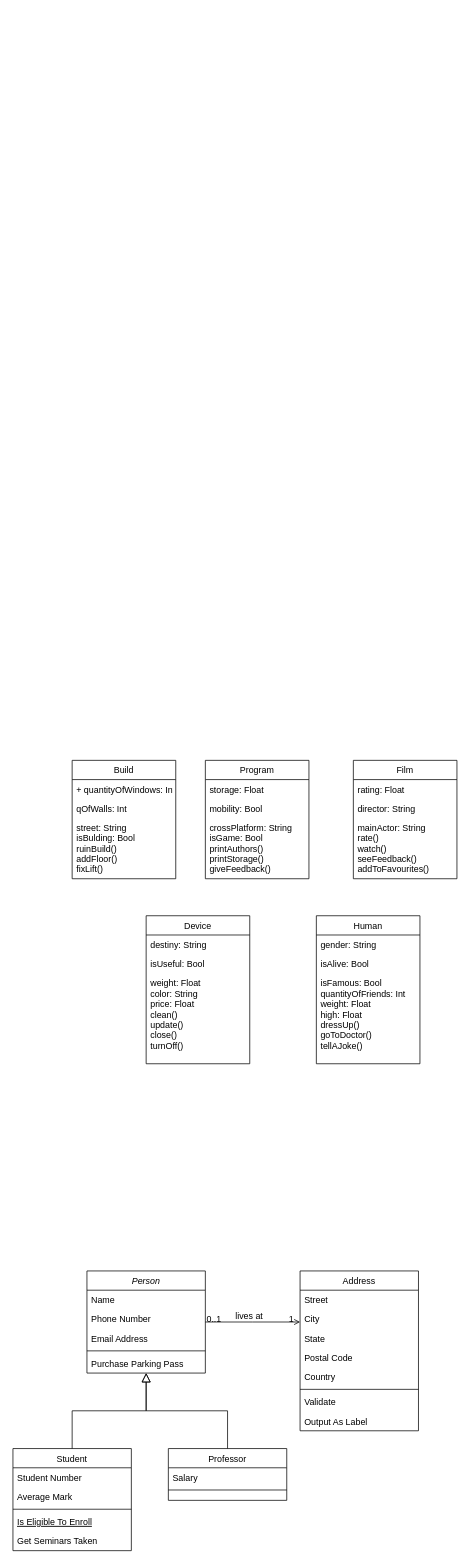
The draw.io diagram Untitled Diagram.drawio in lily-lorik/firstRepository, before the edit. Source tidied: cells renumbered, new cells numbered last; positions are measured from the earlier drawing's top-left corner, leaving out a move shared by most shapes. Both pictures are drawn from the tidied source at 74%, with x=0, y=0 at pixel (13, 760).
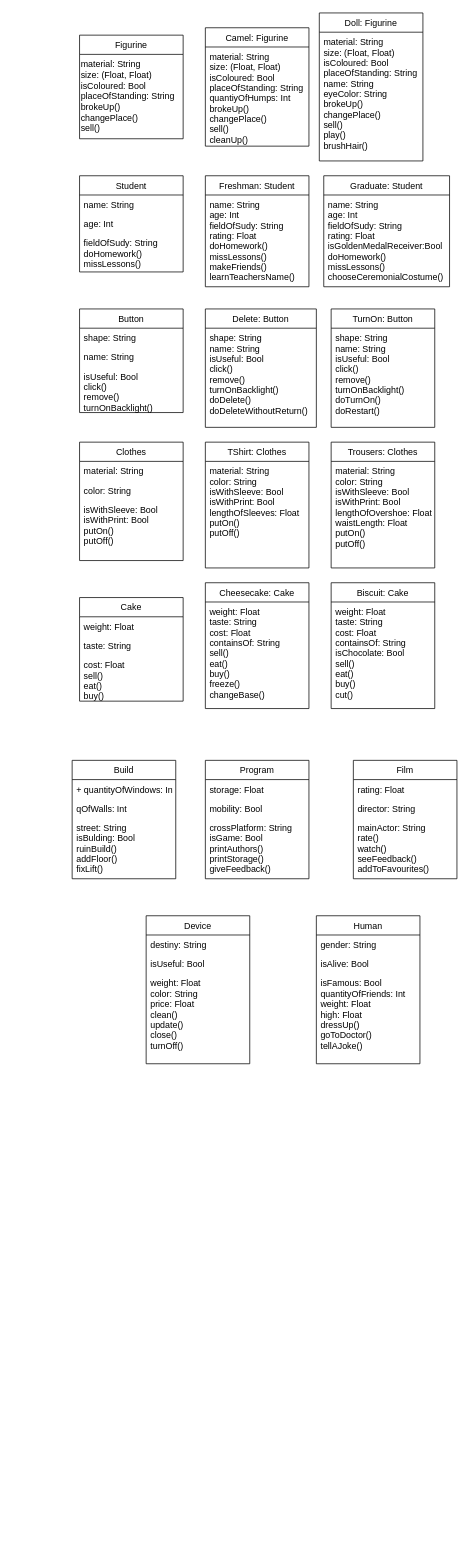
After the change.

Diff of the diagram source:
```diff
@@
-    <mxCell id="2" value="Person" style="swimlane;fontStyle=2;align=center;verticalAlign=top;horizontal=1;startSize=26;rounded=0;shadow=0;strokeWidth=1;" parent="1" vertex="1">
-      <mxGeometry x="100" y="690" width="160" height="138" as="geometry" />
-    </mxCell>
-    <mxCell id="3" value="Name" style="text;align=left;verticalAlign=top;spacingLeft=4;spacingRight=4;overflow=hidden;" parent="2" vertex="1">
-      <mxGeometry y="26" width="160" height="26" as="geometry" />
-    </mxCell>
-    <mxCell id="4" value="Phone Number" style="text;align=left;verticalAlign=top;spacingLeft=4;spacingRight=4;overflow=hidden;rounded=0;shadow=0;html=0;" parent="2" vertex="1">
-      <mxGeometry y="52" width="160" height="26" as="geometry" />
-    </mxCell>
-    <mxCell id="5" value="Email Address" style="text;align=left;verticalAlign=top;spacingLeft=4;spacingRight=4;overflow=hidden;rounded=0;shadow=0;html=0;" parent="2" vertex="1">
-      <mxGeometry y="78" width="160" height="26" as="geometry" />
-    </mxCell>
-    <mxCell id="6" style="line;html=1;strokeWidth=1;align=left;verticalAlign=middle;spacingTop=-1;spacingLeft=3;spacingRight=3;labelPosition=right;" parent="2" vertex="1">
-      <mxGeometry y="104" width="160" height="8" as="geometry" />
-    </mxCell>
-    <mxCell id="7" value="Purchase Parking Pass" style="text;align=left;verticalAlign=top;spacingLeft=4;spacingRight=4;overflow=hidden;" parent="2" vertex="1">
-      <mxGeometry y="112" width="160" height="26" as="geometry" />
-    </mxCell>
-    <mxCell id="8" value="Student" style="swimlane;fontStyle=0;align=center;verticalAlign=top;horizontal=1;startSize=26;rounded=0;shadow=0;strokeWidth=1;" parent="1" vertex="1">
-      <mxGeometry y="930" width="160" height="138" as="geometry" />
-    </mxCell>
-    <mxCell id="9" value="Student Number" style="text;align=left;verticalAlign=top;spacingLeft=4;spacingRight=4;overflow=hidden;" parent="8" vertex="1">
-      <mxGeometry y="26" width="160" height="26" as="geometry" />
-    </mxCell>
-    <mxCell id="10" value="Average Mark" style="text;align=left;verticalAlign=top;spacingLeft=4;spacingRight=4;overflow=hidden;rounded=0;shadow=0;html=0;" parent="8" vertex="1">
-      <mxGeometry y="52" width="160" height="26" as="geometry" />
-    </mxCell>
-    <mxCell id="11" style="line;html=1;strokeWidth=1;align=left;verticalAlign=middle;spacingTop=-1;spacingLeft=3;spacingRight=3;labelPosition=right;" parent="8" vertex="1">
-      <mxGeometry y="78" width="160" height="8" as="geometry" />
-    </mxCell>
-    <mxCell id="12" value="Is Eligible To Enroll" style="text;align=left;verticalAlign=top;spacingLeft=4;spacingRight=4;overflow=hidden;fontStyle=4;" parent="8" vertex="1">
-      <mxGeometry y="86" width="160" height="26" as="geometry" />
-    </mxCell>
-    <mxCell id="13" value="Get Seminars Taken" style="text;align=left;verticalAlign=top;spacingLeft=4;spacingRight=4;overflow=hidden;" parent="8" vertex="1">
-      <mxGeometry y="112" width="160" height="26" as="geometry" />
-    </mxCell>
-    <mxCell id="14" style="endArrow=block;endSize=10;endFill=0;shadow=0;strokeWidth=1;rounded=0;edgeStyle=elbowEdgeStyle;elbow=vertical;" parent="1" edge="1" source="8" target="2">
-      <mxGeometry relative="1" as="geometry" />
-    </mxCell>
-    <mxCell id="15" value="Professor" style="swimlane;fontStyle=0;align=center;verticalAlign=top;horizontal=1;startSize=26;rounded=0;shadow=0;strokeWidth=1;" parent="1" vertex="1">
-      <mxGeometry x="210" y="930" width="160" height="70" as="geometry" />
-    </mxCell>
-    <mxCell id="16" value="Salary" style="text;align=left;verticalAlign=top;spacingLeft=4;spacingRight=4;overflow=hidden;" parent="15" vertex="1">
-      <mxGeometry y="26" width="160" height="26" as="geometry" />
-    </mxCell>
-    <mxCell id="17" style="line;html=1;strokeWidth=1;align=left;verticalAlign=middle;spacingTop=-1;spacingLeft=3;spacingRight=3;labelPosition=right;" parent="15" vertex="1">
-      <mxGeometry y="52" width="160" height="8" as="geometry" />
-    </mxCell>
-    <mxCell id="18" style="endArrow=block;endSize=10;endFill=0;shadow=0;strokeWidth=1;rounded=0;edgeStyle=elbowEdgeStyle;elbow=vertical;" parent="1" edge="1" source="15" target="2">
-      <mxGeometry relative="1" as="geometry" />
-    </mxCell>
-    <mxCell id="19" value="Address" style="swimlane;fontStyle=0;align=center;verticalAlign=top;horizontal=1;startSize=26;rounded=0;shadow=0;strokeWidth=1;" parent="1" vertex="1">
-      <mxGeometry x="388" y="690" width="160" height="216" as="geometry" />
-    </mxCell>
-    <mxCell id="20" value="Street" style="text;align=left;verticalAlign=top;spacingLeft=4;spacingRight=4;overflow=hidden;" parent="19" vertex="1">
-      <mxGeometry y="26" width="160" height="26" as="geometry" />
-    </mxCell>
-    <mxCell id="21" value="City" style="text;align=left;verticalAlign=top;spacingLeft=4;spacingRight=4;overflow=hidden;rounded=0;shadow=0;html=0;" parent="19" vertex="1">
-      <mxGeometry y="52" width="160" height="26" as="geometry" />
-    </mxCell>
-    <mxCell id="22" value="State" style="text;align=left;verticalAlign=top;spacingLeft=4;spacingRight=4;overflow=hidden;rounded=0;shadow=0;html=0;" parent="19" vertex="1">
-      <mxGeometry y="78" width="160" height="26" as="geometry" />
-    </mxCell>
-    <mxCell id="23" value="Postal Code" style="text;align=left;verticalAlign=top;spacingLeft=4;spacingRight=4;overflow=hidden;rounded=0;shadow=0;html=0;" parent="19" vertex="1">
-      <mxGeometry y="104" width="160" height="26" as="geometry" />
-    </mxCell>
-    <mxCell id="24" value="Country" style="text;align=left;verticalAlign=top;spacingLeft=4;spacingRight=4;overflow=hidden;rounded=0;shadow=0;html=0;" parent="19" vertex="1">
-      <mxGeometry y="130" width="160" height="26" as="geometry" />
-    </mxCell>
-    <mxCell id="25" style="line;html=1;strokeWidth=1;align=left;verticalAlign=middle;spacingTop=-1;spacingLeft=3;spacingRight=3;labelPosition=right;" parent="19" vertex="1">
-      <mxGeometry y="156" width="160" height="8" as="geometry" />
-    </mxCell>
-    <mxCell id="26" value="Validate" style="text;align=left;verticalAlign=top;spacingLeft=4;spacingRight=4;overflow=hidden;" parent="19" vertex="1">
-      <mxGeometry y="164" width="160" height="26" as="geometry" />
-    </mxCell>
-    <mxCell id="27" value="Output As Label" style="text;align=left;verticalAlign=top;spacingLeft=4;spacingRight=4;overflow=hidden;" parent="19" vertex="1">
-      <mxGeometry y="190" width="160" height="26" as="geometry" />
-    </mxCell>
-    <mxCell id="28" style="endArrow=open;shadow=0;strokeWidth=1;rounded=0;endFill=1;edgeStyle=elbowEdgeStyle;elbow=vertical;" parent="1" edge="1" source="2" target="19">
-      <mxGeometry x="0.5" y="41" relative="1" as="geometry">
-        <mxPoint x="-40" y="32" as="offset" />
-      </mxGeometry>
-    </mxCell>
-    <mxCell id="29" value="0..1" style="align=left;verticalAlign=bottom;labelBackgroundColor=none;fontSize=12;" parent="28" vertex="1">
-      <mxGeometry x="-1" relative="1" as="geometry">
-        <mxPoint y="4" as="offset" />
-      </mxGeometry>
-    </mxCell>
-    <mxCell id="30" value="1" style="align=right;verticalAlign=bottom;labelBackgroundColor=none;fontSize=12;" parent="28" vertex="1">
-      <mxGeometry x="1" relative="1" as="geometry">
-        <mxPoint x="-7" y="4" as="offset" />
-      </mxGeometry>
-    </mxCell>
-    <mxCell id="31" value="lives at" style="text;html=1;align=center;verticalAlign=middle;labelBackgroundColor=none;rounded=0;shadow=0;strokeWidth=1;fontSize=12;" parent="28" vertex="1">
-      <mxGeometry x="0.5" y="49" relative="1" as="geometry">
-        <mxPoint x="-38" y="40" as="offset" />
-      </mxGeometry>
-    </mxCell>
@@
+    <mxCell id="52" value="Figurine" style="swimlane;fontStyle=0;horizontal=1;startSize=26;fillColor=none;" parent="1" vertex="1">
+      <mxGeometry x="90" y="-980" width="140" height="140" as="geometry" />
+    </mxCell>
+    <mxCell id="53" value="material: String&lt;br&gt;size: (Float, Float)&lt;br&gt;isColoured: Bool&lt;br&gt;placeOfStanding: String&lt;br&gt;brokeUp()&lt;br&gt;changePlace()&lt;br&gt;sell()" style="text;html=1;strokeColor=none;fillColor=none;align=left;verticalAlign=middle;whiteSpace=wrap;rounded=0;" parent="52" vertex="1">
+      <mxGeometry y="26" width="140" height="114" as="geometry" />
+    </mxCell>
+    <mxCell id="54" value="Camel: Figurine" style="swimlane;fontStyle=0;horizontal=1;startSize=26;fillColor=none;align=center;" parent="1" vertex="1">
+      <mxGeometry x="260" y="-990" width="140" height="160" as="geometry" />
+    </mxCell>
+    <mxCell id="55" value="material: String&#10;size: (Float, Float)&#10;isColoured: Bool&#10;placeOfStanding: String&#10;quantiyOfHumps: Int&#10;brokeUp()&#10;changePlace()&#10;sell()&#10;cleanUp()" style="text;strokeColor=none;fillColor=none;align=left;verticalAlign=top;spacingLeft=4;spacingRight=4;overflow=hidden;" parent="54" vertex="1">
+      <mxGeometry y="26" width="140" height="134" as="geometry" />
+    </mxCell>
+    <mxCell id="56" value="Doll: Figurine" style="swimlane;fontStyle=0;horizontal=1;startSize=26;fillColor=none;align=center;" parent="1" vertex="1">
+      <mxGeometry x="414" y="-1010" width="140" height="200" as="geometry" />
+    </mxCell>
+    <mxCell id="57" value="material: String&#10;size: (Float, Float)&#10;isColoured: Bool&#10;placeOfStanding: String&#10;name: String&#10;eyeColor: String&#10;brokeUp()&#10;changePlace()&#10;sell()&#10;play()&#10;brushHair()" style="text;strokeColor=none;fillColor=none;align=left;verticalAlign=top;spacingLeft=4;spacingRight=4;overflow=hidden;" parent="56" vertex="1">
+      <mxGeometry y="26" width="140" height="174" as="geometry" />
+    </mxCell>
+    <mxCell id="8" value="Student" style="swimlane;fontStyle=0;horizontal=1;startSize=26;fillColor=none;align=center;" parent="1" vertex="1">
+      <mxGeometry x="90" y="-790" width="140" height="130" as="geometry" />
+    </mxCell>
+    <mxCell id="58" value="name: String" style="text;strokeColor=none;fillColor=none;align=left;verticalAlign=top;spacingLeft=4;spacingRight=4;overflow=hidden;" parent="8" vertex="1">
+      <mxGeometry y="26" width="140" height="26" as="geometry" />
+    </mxCell>
+    <mxCell id="59" value="age: Int" style="text;strokeColor=none;fillColor=none;align=left;verticalAlign=top;spacingLeft=4;spacingRight=4;overflow=hidden;" parent="8" vertex="1">
+      <mxGeometry y="52" width="140" height="26" as="geometry" />
+    </mxCell>
+    <mxCell id="60" value="fieldOfSudy: String&#10;doHomework()&#10;missLessons()" style="text;strokeColor=none;fillColor=none;align=left;verticalAlign=top;spacingLeft=4;spacingRight=4;overflow=hidden;" parent="8" vertex="1">
+      <mxGeometry y="78" width="140" height="52" as="geometry" />
+    </mxCell>
+    <mxCell id="61" value="Freshman: Student" style="swimlane;fontStyle=0;horizontal=1;startSize=26;fillColor=none;align=center;" parent="1" vertex="1">
+      <mxGeometry x="260" y="-790" width="140" height="150" as="geometry" />
+    </mxCell>
+    <mxCell id="62" value="name: String&#10;age: Int&#10;fieldOfSudy: String&#10;rating: Float&#10;doHomework()&#10;missLessons()&#10;makeFriends()&#10;learnTeachersName()" style="text;strokeColor=none;fillColor=none;align=left;verticalAlign=top;spacingLeft=4;spacingRight=4;overflow=hidden;" parent="61" vertex="1">
+      <mxGeometry y="26" width="140" height="124" as="geometry" />
+    </mxCell>
+    <mxCell id="63" value="Graduate: Student" style="swimlane;fontStyle=0;horizontal=1;startSize=26;fillColor=none;align=center;" parent="1" vertex="1">
+      <mxGeometry x="420" y="-790" width="170" height="150" as="geometry" />
+    </mxCell>
+    <mxCell id="64" value="name: String&#10;age: Int&#10;fieldOfSudy: String&#10;rating: Float&#10;isGoldenMedalReceiver:Bool&#10;doHomework()&#10;missLessons()&#10;chooseCeremonialCostume()&#10;" style="text;strokeColor=none;fillColor=none;align=left;verticalAlign=top;spacingLeft=4;spacingRight=4;overflow=hidden;" parent="63" vertex="1">
+      <mxGeometry y="26" width="170" height="124" as="geometry" />
+    </mxCell>
+    <mxCell id="65" value="Button" style="swimlane;fontStyle=0;horizontal=1;startSize=26;fillColor=none;align=center;" parent="1" vertex="1">
+      <mxGeometry x="90" y="-610" width="140" height="140" as="geometry" />
+    </mxCell>
+    <mxCell id="66" value="shape: String" style="text;strokeColor=none;fillColor=none;align=left;verticalAlign=top;spacingLeft=4;spacingRight=4;overflow=hidden;" parent="65" vertex="1">
+      <mxGeometry y="26" width="140" height="26" as="geometry" />
+    </mxCell>
+    <mxCell id="67" value="name: String" style="text;strokeColor=none;fillColor=none;align=left;verticalAlign=top;spacingLeft=4;spacingRight=4;overflow=hidden;" parent="65" vertex="1">
+      <mxGeometry y="52" width="140" height="26" as="geometry" />
+    </mxCell>
+    <mxCell id="68" value="isUseful: Bool&#10;click()&#10;remove()&#10;turnOnBacklight()" style="text;strokeColor=none;fillColor=none;align=left;verticalAlign=top;spacingLeft=4;spacingRight=4;overflow=hidden;" parent="65" vertex="1">
+      <mxGeometry y="78" width="140" height="62" as="geometry" />
+    </mxCell>
+    <mxCell id="69" value="Delete: Button" style="swimlane;fontStyle=0;horizontal=1;startSize=26;fillColor=none;align=center;" parent="1" vertex="1">
+      <mxGeometry x="260" y="-610" width="150" height="160" as="geometry" />
+    </mxCell>
+    <mxCell id="70" value="shape: String&#10;name: String&#10;isUseful: Bool&#10;click()&#10;remove()&#10;turnOnBacklight()&#10;doDelete()&#10;doDeleteWithoutReturn()" style="text;strokeColor=none;fillColor=none;align=left;verticalAlign=top;spacingLeft=4;spacingRight=4;overflow=hidden;" parent="69" vertex="1">
+      <mxGeometry y="26" width="150" height="134" as="geometry" />
+    </mxCell>
+    <mxCell id="71" value="TurnOn: Button" style="swimlane;fontStyle=0;horizontal=1;startSize=26;fillColor=none;align=center;" parent="1" vertex="1">
+      <mxGeometry x="430" y="-610" width="140" height="160" as="geometry" />
+    </mxCell>
+    <mxCell id="72" value="shape: String&#10;name: String&#10;isUseful: Bool&#10;click()&#10;remove()&#10;turnOnBacklight()&#10;doTurnOn()&#10;doRestart()" style="text;strokeColor=none;fillColor=none;align=left;verticalAlign=top;spacingLeft=4;spacingRight=4;overflow=hidden;" parent="71" vertex="1">
+      <mxGeometry y="26" width="140" height="134" as="geometry" />
+    </mxCell>
+    <mxCell id="73" value="Clothes" style="swimlane;fontStyle=0;horizontal=1;startSize=26;fillColor=none;align=center;" parent="1" vertex="1">
+      <mxGeometry x="90" y="-430" width="140" height="160" as="geometry" />
+    </mxCell>
+    <mxCell id="74" value="material: String" style="text;strokeColor=none;fillColor=none;align=left;verticalAlign=top;spacingLeft=4;spacingRight=4;overflow=hidden;" parent="73" vertex="1">
+      <mxGeometry y="26" width="140" height="26" as="geometry" />
+    </mxCell>
+    <mxCell id="75" value="color: String" style="text;strokeColor=none;fillColor=none;align=left;verticalAlign=top;spacingLeft=4;spacingRight=4;overflow=hidden;" parent="73" vertex="1">
+      <mxGeometry y="52" width="140" height="26" as="geometry" />
+    </mxCell>
+    <mxCell id="76" value="isWithSleeve: Bool&#10;isWithPrint: Bool&#10;putOn()&#10;putOff()" style="text;strokeColor=none;fillColor=none;align=left;verticalAlign=top;spacingLeft=4;spacingRight=4;overflow=hidden;" parent="73" vertex="1">
+      <mxGeometry y="78" width="140" height="82" as="geometry" />
+    </mxCell>
+    <mxCell id="77" value="TShirt: Clothes" style="swimlane;fontStyle=0;horizontal=1;startSize=26;fillColor=none;align=center;" parent="1" vertex="1">
+      <mxGeometry x="260" y="-430" width="140" height="170" as="geometry" />
+    </mxCell>
+    <mxCell id="78" value="material: String&#10;color: String&#10;isWithSleeve: Bool&#10;isWithPrint: Bool&#10;lengthOfSleeves: Float&#10;putOn()&#10;putOff()" style="text;strokeColor=none;fillColor=none;align=left;verticalAlign=top;spacingLeft=4;spacingRight=4;overflow=hidden;" parent="77" vertex="1">
+      <mxGeometry y="26" width="140" height="144" as="geometry" />
+    </mxCell>
+    <mxCell id="79" value="Trousers: Clothes" style="swimlane;fontStyle=0;horizontal=1;startSize=26;fillColor=none;align=center;" parent="1" vertex="1">
+      <mxGeometry x="430" y="-430" width="140" height="170" as="geometry" />
+    </mxCell>
+    <mxCell id="80" value="material: String&#10;color: String&#10;isWithSleeve: Bool&#10;isWithPrint: Bool&#10;lengthOfOvershoe: Float&#10;waistLength: Float&#10;putOn()&#10;putOff()" style="text;strokeColor=none;fillColor=none;align=left;verticalAlign=top;spacingLeft=4;spacingRight=4;overflow=hidden;" parent="79" vertex="1">
+      <mxGeometry y="26" width="140" height="144" as="geometry" />
+    </mxCell>
+    <mxCell id="81" value="Cake" style="swimlane;fontStyle=0;horizontal=1;startSize=26;fillColor=none;align=center;" parent="1" vertex="1">
+      <mxGeometry x="90" y="-220" width="140" height="140" as="geometry" />
+    </mxCell>
+    <mxCell id="82" value="weight: Float" style="text;strokeColor=none;fillColor=none;align=left;verticalAlign=top;spacingLeft=4;spacingRight=4;overflow=hidden;" parent="81" vertex="1">
+      <mxGeometry y="26" width="140" height="26" as="geometry" />
+    </mxCell>
+    <mxCell id="83" value="taste: String" style="text;strokeColor=none;fillColor=none;align=left;verticalAlign=top;spacingLeft=4;spacingRight=4;overflow=hidden;" parent="81" vertex="1">
+      <mxGeometry y="52" width="140" height="26" as="geometry" />
+    </mxCell>
+    <mxCell id="84" value="cost: Float&#10;sell()&#10;eat()&#10;buy()" style="text;strokeColor=none;fillColor=none;align=left;verticalAlign=top;spacingLeft=4;spacingRight=4;overflow=hidden;" parent="81" vertex="1">
+      <mxGeometry y="78" width="140" height="62" as="geometry" />
+    </mxCell>
+    <mxCell id="85" value="Cheesecake: Cake" style="swimlane;fontStyle=0;horizontal=1;startSize=26;fillColor=none;align=center;" parent="1" vertex="1">
+      <mxGeometry x="260" y="-240" width="140" height="170" as="geometry" />
+    </mxCell>
+    <mxCell id="86" value="weight: Float&#10;taste: String&#10;cost: Float&#10;containsOf: String&#10;sell()&#10;eat()&#10;buy()&#10;freeze()&#10;changeBase()" style="text;strokeColor=none;fillColor=none;align=left;verticalAlign=top;spacingLeft=4;spacingRight=4;overflow=hidden;" parent="85" vertex="1">
+      <mxGeometry y="26" width="140" height="144" as="geometry" />
+    </mxCell>
+    <mxCell id="87" value="Biscuit: Cake" style="swimlane;fontStyle=0;horizontal=1;startSize=26;fillColor=none;align=center;" parent="1" vertex="1">
+      <mxGeometry x="430" y="-240" width="140" height="170" as="geometry" />
+    </mxCell>
+    <mxCell id="88" value="weight: Float&#10;taste: String&#10;cost: Float&#10;containsOf: String&#10;isChocolate: Bool&#10;sell()&#10;eat()&#10;buy()&#10;cut()&#10;" style="text;strokeColor=none;fillColor=none;align=left;verticalAlign=top;spacingLeft=4;spacingRight=4;overflow=hidden;" parent="87" vertex="1">
+      <mxGeometry y="26" width="140" height="144" as="geometry" />
+    </mxCell>
```
